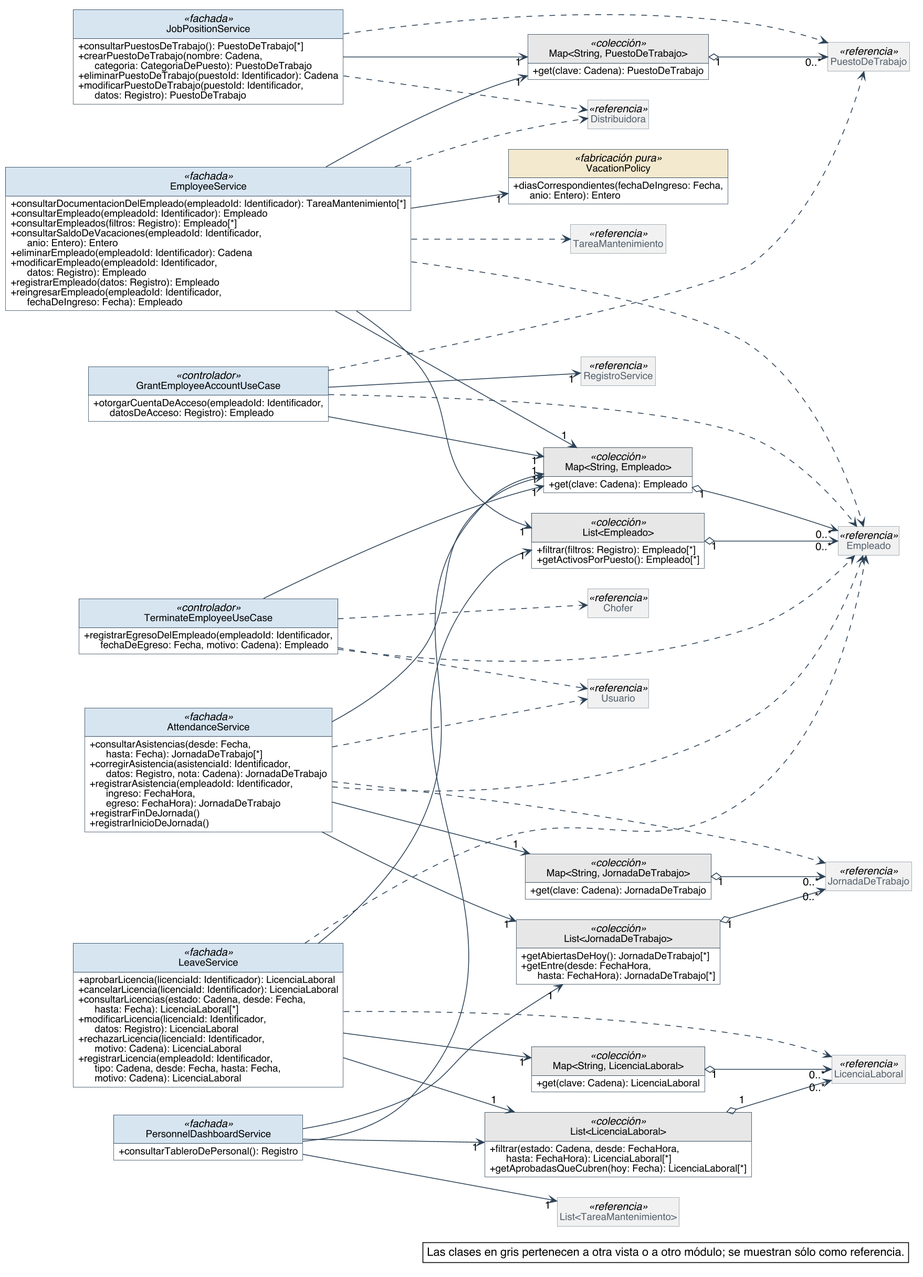
Nahuelito-Dev/splg-docs keeps this PlantUML diagram as diagramas/clases-diseno/DC_Mod_Personal.png. Above is the earlier version.
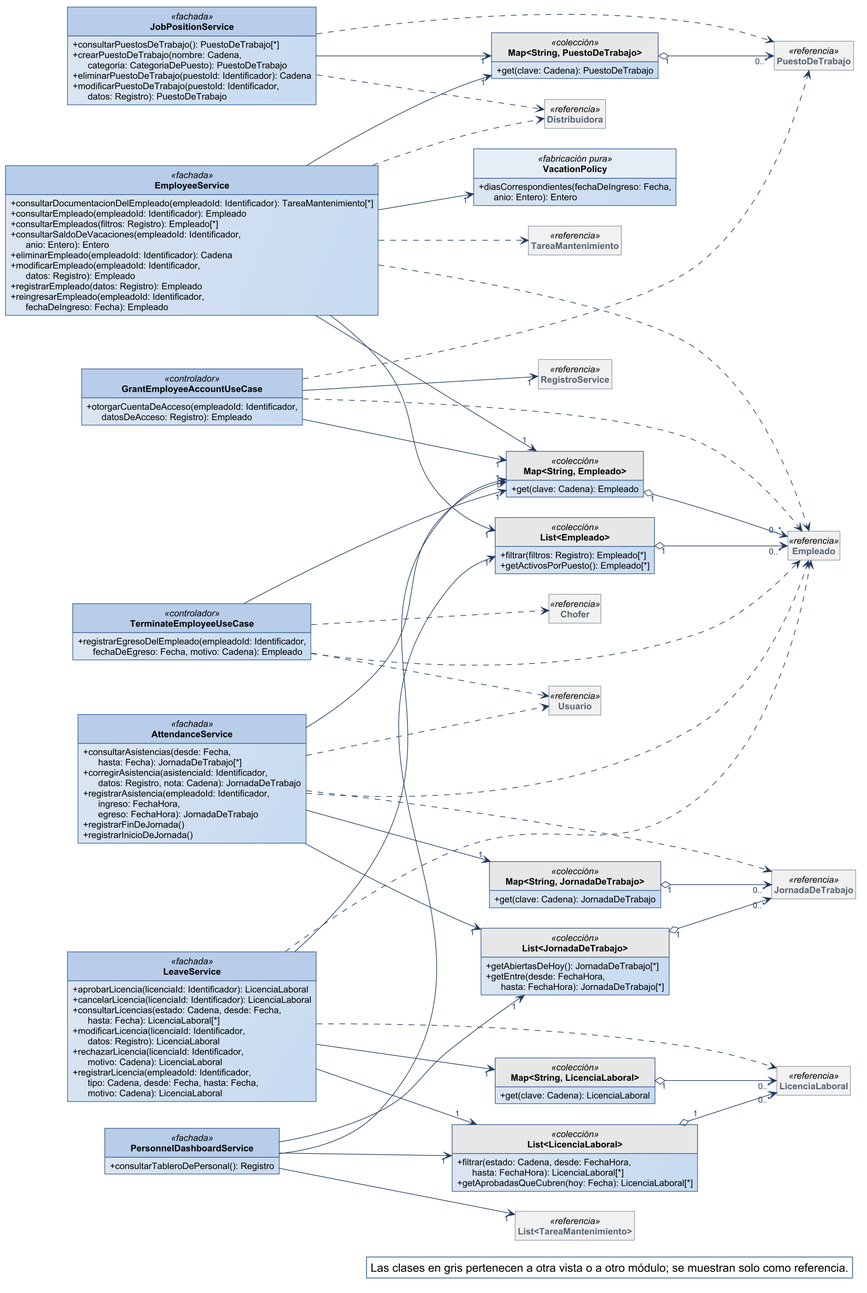
Above is the later version.

The edit, as a diff of the source:
```diff
@@ -1,59 +1,29 @@
 @startuml
-skinparam backgroundColor #FFFFFF
-skinparam shadowing false
-skinparam defaultFontName Helvetica
-skinparam defaultFontSize 13
-skinparam dpi 150
+!include ../estilo-vp.iuml
 skinparam nodesep 40
 skinparam ranksep 55
-skinparam classAttributeIconSize 0
-skinparam roundCorner 0
 skinparam genericDisplay old
-skinparam class {
-  BorderColor #2C4257
-  BackgroundColor #FFFFFF
-  ArrowColor #2C4257
-  FontSize 14
-  AttributeFontSize 12
-  HeaderBackgroundColor #E8EEF3
-}
 skinparam class<<referencia>> {
   BackgroundColor #F1F1F1
   BorderColor #8A97A3
   FontColor #55616C
 }
 skinparam class<<fachada>> {
-  HeaderBackgroundColor #D6E4F0
+  HeaderBackgroundColor #B7CDE8
 }
 skinparam class<<controlador>> {
-  HeaderBackgroundColor #D6E4F0
+  HeaderBackgroundColor #B7CDE8
 }
 skinparam class<<fabricación pura>> {
-  HeaderBackgroundColor #F3E9CF
+  HeaderBackgroundColor #E4ECF6
 }
 skinparam class<<colección>> {
   HeaderBackgroundColor #E6E6E6
 }
 skinparam class<<adaptador>> {
-  HeaderBackgroundColor #DCEBDD
-}
-skinparam interface {
-  BorderColor #2C4257
-  BackgroundColor #FFFFFF
-  HeaderBackgroundColor #DCEBDD
-  FontSize 14
-  AttributeFontSize 12
-}
-skinparam note {
-  BackgroundColor #FFFFFF
-  BorderColor #2C4257
+  HeaderBackgroundColor #D5E3F3
 }
 skinparam packageStyle rectangle
-skinparam package {
-  BorderColor #8A97A3
-  FontSize 13
-  FontColor #55616C
-}
 hide circle
 hide empty members
 
@@ -99,13 +69,6 @@
   + registrarFinDeJornada()
   + registrarInicioDeJornada()
 }
-class "List<JornadaDeTrabajo>" as List_JornadaDeTrabajo <<colección>> {
-  + getAbiertasDeHoy(): JornadaDeTrabajo[*]
-  + getEntre(desde: FechaHora,\n      hasta: FechaHora): JornadaDeTrabajo[*]
-}
-class "Map<String, JornadaDeTrabajo>" as Map_String_JornadaDeTrabajo <<colección>> {
-  + get(clave: Cadena): JornadaDeTrabajo
-}
 class LeaveService <<fachada>> {
   + aprobarLicencia(licenciaId: Identificador): LicenciaLaboral
   + cancelarLicencia(licenciaId: Identificador): LicenciaLaboral
@@ -117,20 +80,27 @@
 class "Map<String, LicenciaLaboral>" as Map_String_LicenciaLaboral <<colección>> {
   + get(clave: Cadena): LicenciaLaboral
 }
-class "List<LicenciaLaboral>" as List_LicenciaLaboral <<colección>> {
-  + filtrar(estado: Cadena, desde: FechaHora,\n      hasta: FechaHora): LicenciaLaboral[*]
-  + getAprobadasQueCubren(hoy: Fecha): LicenciaLaboral[*]
-}
 class VacationPolicy <<fabricación pura>> {
   + diasCorrespondientes(fechaDeIngreso: Fecha,\n      anio: Entero): Entero
 }
 class PersonnelDashboardService <<fachada>> {
   + consultarTableroDePersonal(): Registro
 }
+class "List<JornadaDeTrabajo>" as List_JornadaDeTrabajo <<colección>> {
+  + getAbiertasDeHoy(): JornadaDeTrabajo[*]
+  + getEntre(desde: FechaHora,\n      hasta: FechaHora): JornadaDeTrabajo[*]
+}
+class "List<LicenciaLaboral>" as List_LicenciaLaboral <<colección>> {
+  + filtrar(estado: Cadena, desde: FechaHora,\n      hasta: FechaHora): LicenciaLaboral[*]
+  + getAprobadasQueCubren(hoy: Fecha): LicenciaLaboral[*]
+}
+class "Map<String, JornadaDeTrabajo>" as Map_String_JornadaDeTrabajo <<colección>> {
+  + get(clave: Cadena): JornadaDeTrabajo
+}
 class PuestoDeTrabajo <<referencia>>
 class Empleado <<referencia>>
+class LicenciaLaboral <<referencia>>
 class JornadaDeTrabajo <<referencia>>
-class LicenciaLaboral <<referencia>>
 class RegistroService <<referencia>>
 class "List<TareaMantenimiento>" as List_TareaMantenimiento <<referencia>>
 class Usuario <<referencia>>
@@ -141,10 +111,10 @@
 Map_String_PuestoDeTrabajo "1" o--> "0..*" PuestoDeTrabajo
 Map_String_Empleado "1" o--> "0..*" Empleado
 List_Empleado "1" o--> "0..*" Empleado
+Map_String_LicenciaLaboral "1" o--> "0..*" LicenciaLaboral
 List_JornadaDeTrabajo "1" o--> "0..*" JornadaDeTrabajo
+List_LicenciaLaboral "1" o--> "0..*" LicenciaLaboral
 Map_String_JornadaDeTrabajo "1" o--> "0..*" JornadaDeTrabajo
-Map_String_LicenciaLaboral "1" o--> "0..*" LicenciaLaboral
-List_LicenciaLaboral "1" o--> "0..*" LicenciaLaboral
 AttendanceService --> "1" List_JornadaDeTrabajo
 AttendanceService --> "1" Map_String_Empleado
 AttendanceService --> "1" Map_String_JornadaDeTrabajo
@@ -180,6 +150,6 @@
 TerminateEmployeeUseCase ..> Usuario
 
 legend bottom right
-  Las clases en gris pertenecen a otra vista o a otro módulo; se muestran sólo como referencia.
+  Las clases en gris pertenecen a otra vista o a otro módulo; se muestran solo como referencia.
 endlegend
 @enduml
```
